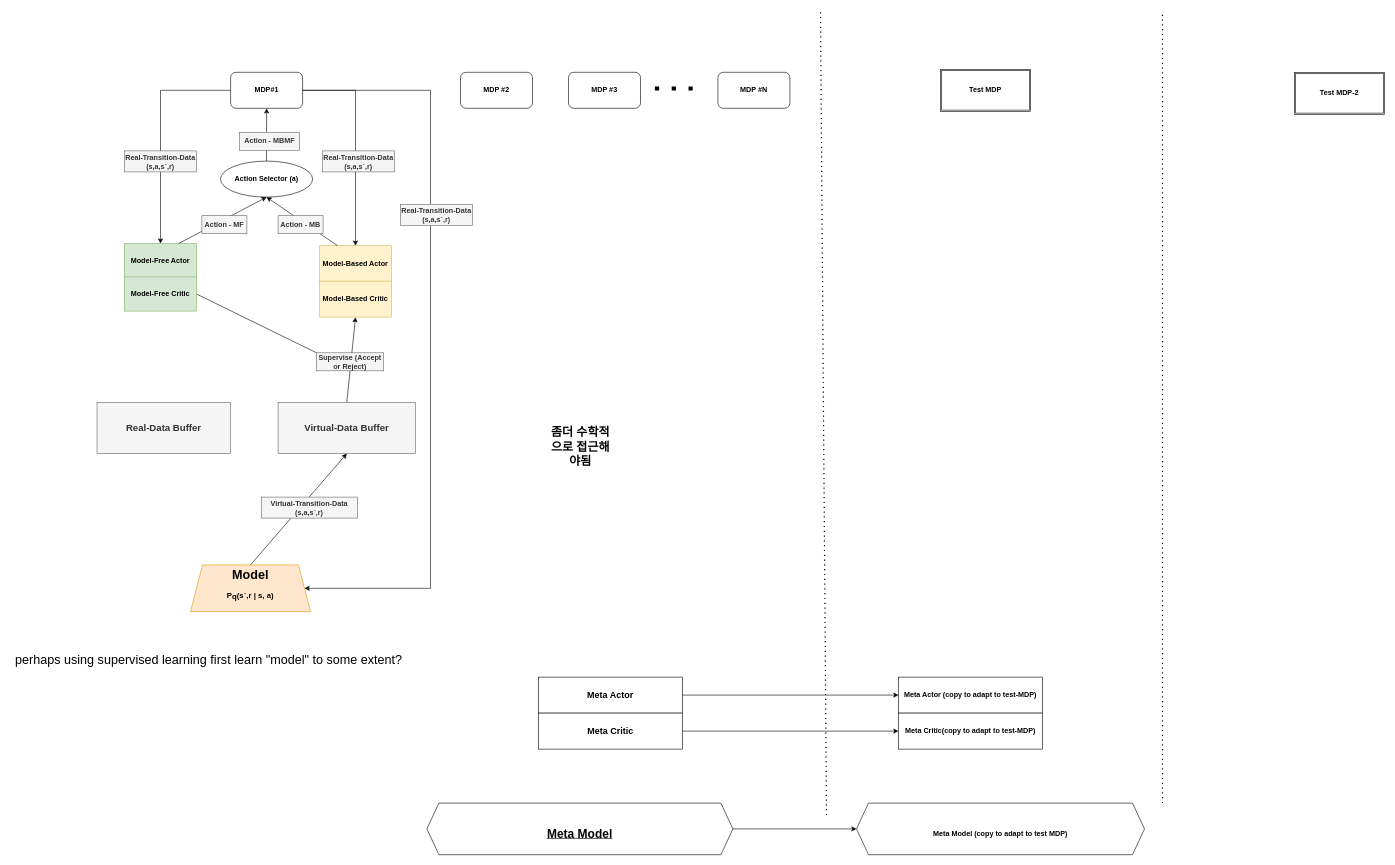
Above: Hybrid_MBMF_MetaRL.drawio in jgwak1/research_problem_frameworks (draw.io), before the change. Source tidied: cells renumbered, new cells numbered last; positions are measured from the earlier drawing's top-left corner, leaving out a move shared by most shapes. Both pictures are drawn from the tidied source at 60%, with x=0, y=0 at pixel (10, 11).
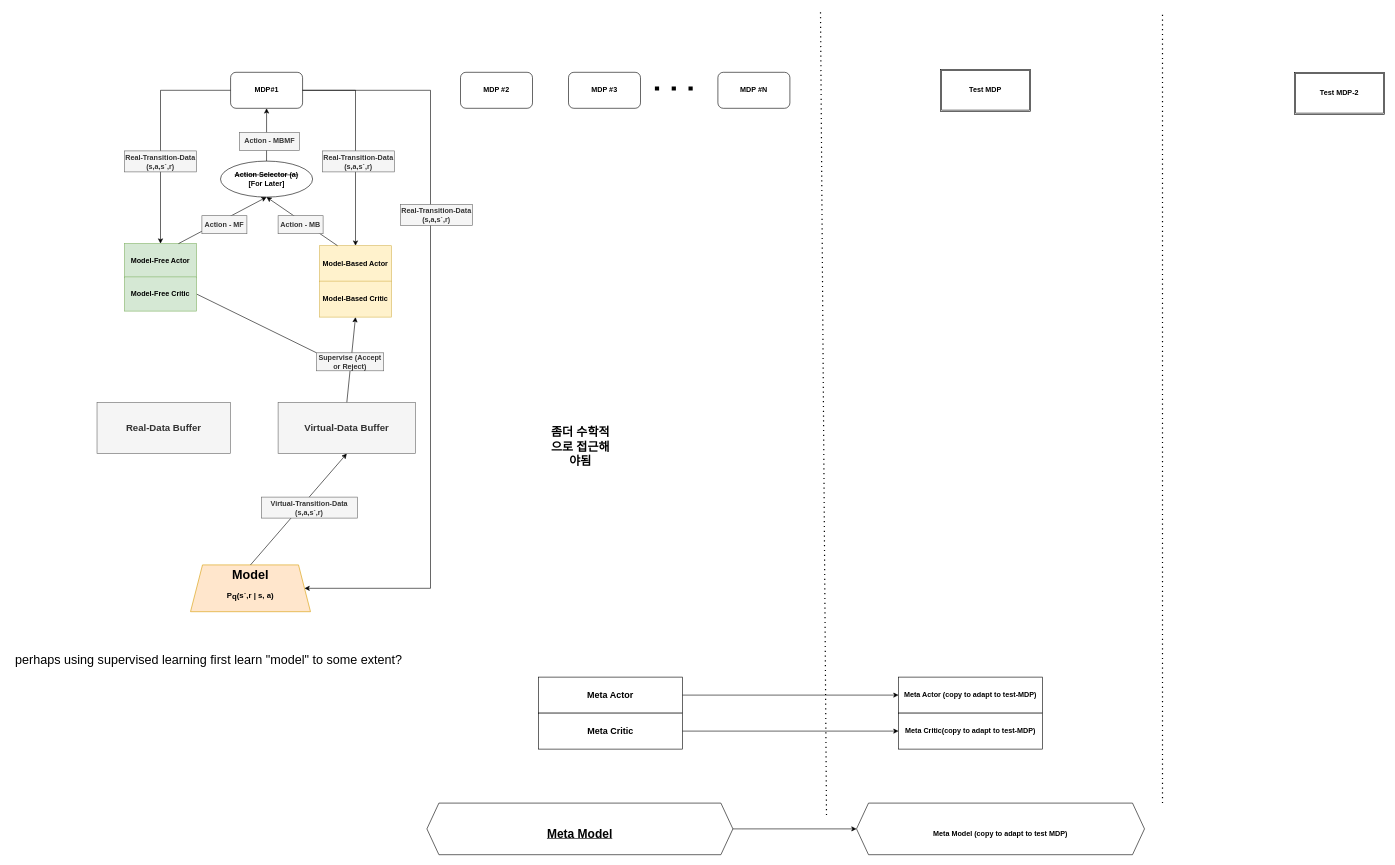
After the change.

The edit, as a diff of the source:
```diff
@@
-    <mxCell id="10" value="&lt;b&gt;Action Selector&lt;font face=&quot;Symbol&quot;&gt;&amp;nbsp;(a)&lt;/font&gt;&lt;/b&gt;" style="ellipse;whiteSpace=wrap;html=1;" parent="1" vertex="1">
+    <mxCell id="10" value="&lt;b&gt;&lt;strike&gt;Action Selector&lt;/strike&gt;&lt;font face=&quot;Symbol&quot;&gt;&lt;strike&gt;&amp;nbsp;(a)&lt;br&gt;&lt;/strike&gt;[&lt;/font&gt;For Later]&lt;br&gt;&lt;/b&gt;" style="ellipse;whiteSpace=wrap;html=1;" parent="1" vertex="1">
       <mxGeometry x="350" y="250" width="153.5" height="60" as="geometry" />
     </mxCell>
```
